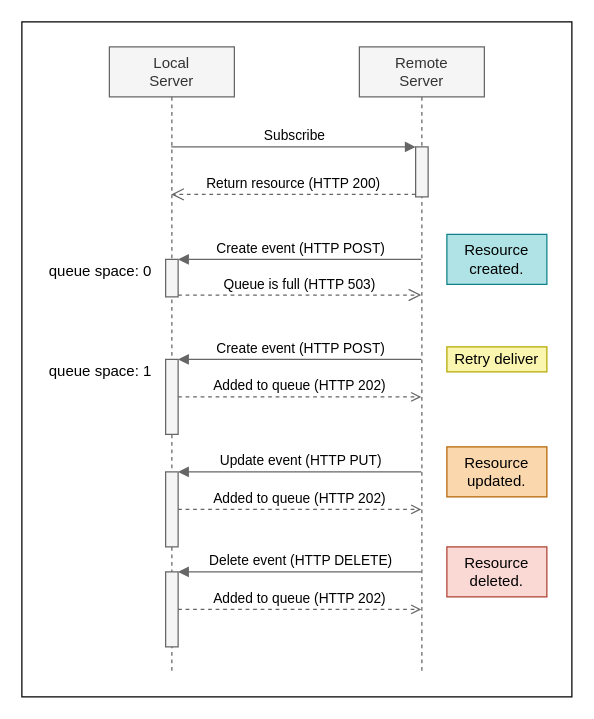
The draw.io diagram docs/specification/event.drawio in marihachi/fed, before the edit. Source tidied: cells renumbered, new cells numbered last; positions are measured from the earlier drawing's top-left corner, leaving out a move shared by most shapes. Both pictures are drawn from the tidied source at 125%, with x=0, y=0 at pixel (21, 21).
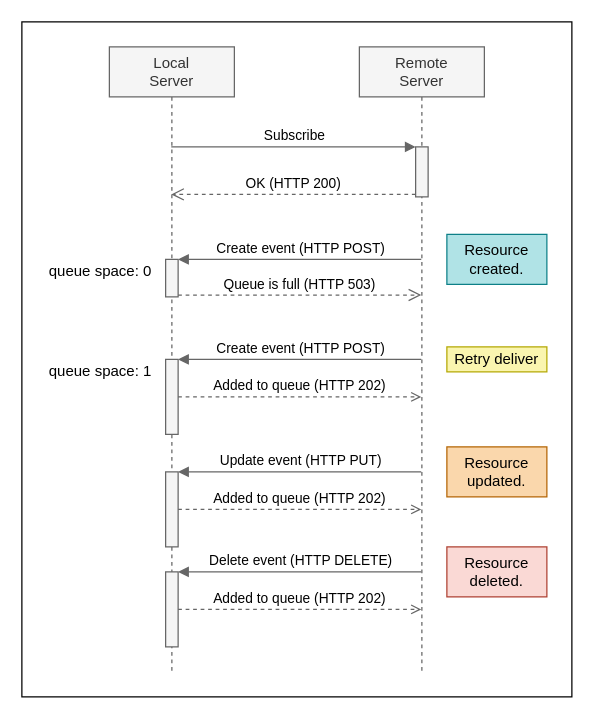
The same page after the edit.

The change refers to these unchanged cells:
```xml
<mxCell id="3" value="Local&lt;br&gt;Server" style="shape=umlLifeline;perimeter=lifelinePerimeter;whiteSpace=wrap;html=1;outlineConnect=0;fontColor=#333333;fillColor=#f5f5f5;strokeColor=#666666;" parent="1" vertex="1">
  <mxGeometry x="70" y="20" width="100" height="500" as="geometry" />
</mxCell>
<mxCell id="9" style="html=1;points=[];perimeter=orthogonalPerimeter;fillColor=#f5f5f5;strokeColor=#666666;fontColor=#333333;" parent="8" vertex="1">
  <mxGeometry x="45" y="80" width="10" height="40" as="geometry" />
</mxCell>
```

What changed in the source:
```diff
@@
-    <mxCell id="11" value="Return resource (HTTP 200)" style="html=1;verticalAlign=bottom;endArrow=open;dashed=1;endSize=8;exitX=0;exitY=0.95;fillColor=#f5f5f5;strokeColor=#666666;" parent="1" edge="1" source="9" target="3">
+    <mxCell id="11" value="OK (HTTP 200)" style="html=1;verticalAlign=bottom;endArrow=open;dashed=1;endSize=8;exitX=0;exitY=0.95;fillColor=#f5f5f5;strokeColor=#666666;" parent="1" edge="1" source="9" target="3">
       <mxGeometry relative="1" as="geometry" />
     </mxCell>
```
